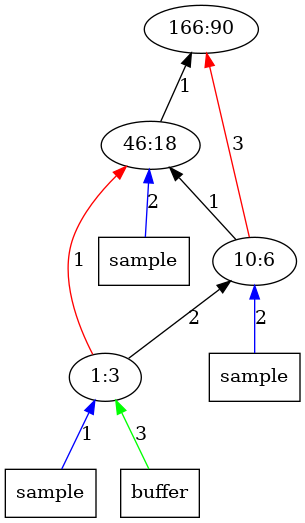
AbhikKhan/MTP_IITG keeps this Graphviz diagram as outputImages/op90.png.png. Above is the earlier version. Its source is kept beside it as outputTrees/op90.dot. The source it was exported from:
```dot
digraph Tree{
	rankdir="BT"
	1 [label = "166:90"];
	2 -> 1 [label = "1", color = "black"];
	x21 -> 2 [label = "2", color = "blue"];
	x21 [label = "sample", shape = "box"];
	2 [label = "46:18"];
	3 -> 2 [label = "1", color = "black"];
	3 -> 1 [label = "3", color = "red"];
	x31 -> 3 [label = "2", color = "blue"];
	x31 [label = "sample", shape = "box"];
	3 [label = "10:6"];
	4 -> 3 [label = "2", color = "black"];
	4 -> 2 [label = "1", color = "red"];
	x41 -> 4 [label = "1", color = "blue"];
	x41 [label = "sample", shape = "box"];
	x42 -> 4 [label = "3", color = "green"];
	x42 [label = "buffer", shape = "box"];
	4 [label = "1:3"];
}
```
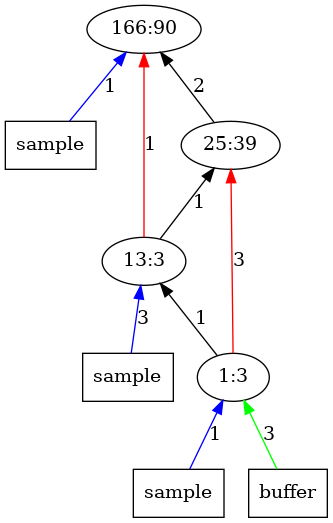
The same diagram one commit later.

What changed in the source:
```diff
@@ -1,17 +1,17 @@
 digraph Tree{
 	rankdir="BT"
+	x11 -> 1 [label = "1", color = "blue"];
+	x11 [label = "sample", shape = "box"];
 	1 [label = "166:90"];
-	2 -> 1 [label = "1", color = "black"];
-	x21 -> 2 [label = "2", color = "blue"];
-	x21 [label = "sample", shape = "box"];
-	2 [label = "46:18"];
+	2 -> 1 [label = "2", color = "black"];
+	2 [label = "25:39"];
+	3 -> 1 [label = "1", color = "red"];
 	3 -> 2 [label = "1", color = "black"];
-	3 -> 1 [label = "3", color = "red"];
-	x31 -> 3 [label = "2", color = "blue"];
+	x31 -> 3 [label = "3", color = "blue"];
 	x31 [label = "sample", shape = "box"];
-	3 [label = "10:6"];
-	4 -> 3 [label = "2", color = "black"];
-	4 -> 2 [label = "1", color = "red"];
+	3 [label = "13:3"];
+	4 -> 2 [label = "3", color = "red"];
+	4 -> 3 [label = "1", color = "black"];
 	x41 -> 4 [label = "1", color = "blue"];
 	x41 [label = "sample", shape = "box"];
 	x42 -> 4 [label = "3", color = "green"];
```
